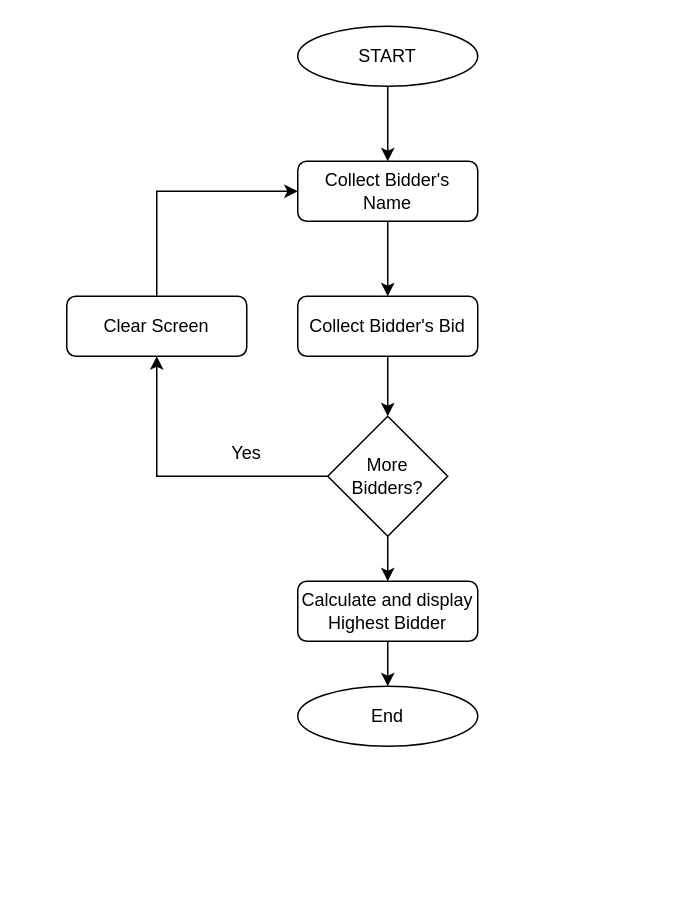
Earlier version of the draw.io diagram blind_auction.drawio (hexxondiv/python). Source tidied: cells renumbered, new cells numbered last; positions are measured from the earlier drawing's top-left corner, leaving out a move shared by most shapes. Both pictures are drawn from the tidied source at 150%, with x=0, y=0 at pixel (66, 26).
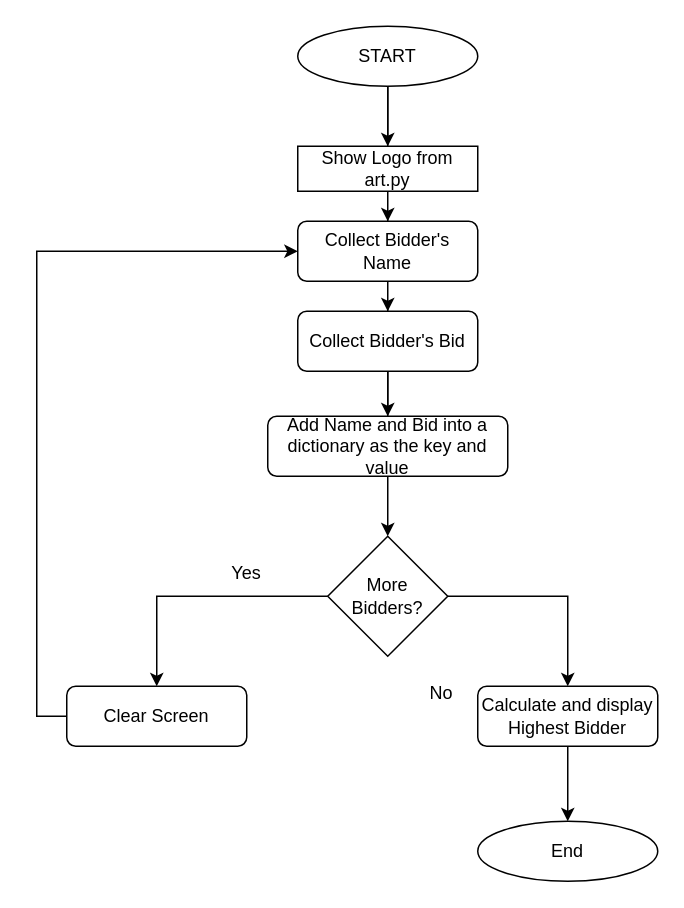
The same page after the edit.

Unchanged cells that the change refers to:
```xml
<mxCell id="5" value="START" style="ellipse;whiteSpace=wrap;html=1;" parent="1" vertex="1">
  <mxGeometry x="154" width="120" height="40" as="geometry" />
</mxCell>
```

Change to the diagram source:
```diff
@@
     <mxCell id="3" value="Collect Bidder's Name" style="rounded=1;whiteSpace=wrap;html=1;" parent="1" vertex="1">
-      <mxGeometry x="154" y="90" width="120" height="40" as="geometry" />
+      <mxGeometry x="154" y="130" width="120" height="40" as="geometry" />
     </mxCell>
-    <mxCell id="4" style="edgeStyle=orthogonalEdgeStyle;rounded=0;jettySize=auto;html=1;" parent="1" edge="1" source="5" target="3">
+    <mxCell id="4" style="edgeStyle=orthogonalEdgeStyle;rounded=0;jettySize=auto;html=1;startArrow=none;" parent="1" edge="1" source="20" target="3">
       <mxGeometry relative="1" as="geometry" />
     </mxCell>
+    <mxCell id="17" style="edgeStyle=orthogonalEdgeStyle;rounded=0;jettySize=auto;html=1;" parent="1" edge="1" source="5" target="20">
+      <mxGeometry relative="1" as="geometry" />
+    </mxCell>
@@
-    <mxCell id="6" style="edgeStyle=orthogonalEdgeStyle;rounded=0;jettySize=auto;html=1;" parent="1" edge="1" source="7" target="10">
+    <mxCell id="6" style="edgeStyle=orthogonalEdgeStyle;rounded=0;jettySize=auto;html=1;startArrow=none;" parent="1" edge="1" source="22" target="10">
       <mxGeometry relative="1" as="geometry" />
     </mxCell>
+    <mxCell id="18" style="edgeStyle=orthogonalEdgeStyle;rounded=0;jettySize=auto;html=1;" parent="1" edge="1" source="7" target="22">
+      <mxGeometry relative="1" as="geometry" />
+    </mxCell>
     <mxCell id="7" value="Collect Bidder's Bid" style="rounded=1;whiteSpace=wrap;html=1;" parent="1" vertex="1">
-      <mxGeometry x="154" y="180" width="120" height="40" as="geometry" />
+      <mxGeometry x="154" y="190" width="120" height="40" as="geometry" />
     </mxCell>
-    <mxCell id="8" style="edgeStyle=orthogonalEdgeStyle;rounded=0;jettySize=auto;html=1;" parent="1" edge="1" source="10" target="12">
+    <mxCell id="8" style="edgeStyle=orthogonalEdgeStyle;rounded=0;jettySize=auto;html=1;entryX=0.5;entryY=0;entryDx=0;entryDy=0;" parent="1" edge="1" source="10" target="12">
       <mxGeometry relative="1" as="geometry" />
     </mxCell>
-    <mxCell id="9" style="edgeStyle=orthogonalEdgeStyle;rounded=0;jettySize=auto;html=1;" parent="1" edge="1" source="10" target="15">
+    <mxCell id="9" style="edgeStyle=orthogonalEdgeStyle;rounded=0;jettySize=auto;html=1;exitX=1;exitY=0.5;exitDx=0;exitDy=0;" parent="1" edge="1" source="10" target="15">
       <mxGeometry relative="1" as="geometry" />
     </mxCell>
     <mxCell id="10" value="More Bidders?" style="rhombus;whiteSpace=wrap;html=1;" parent="1" vertex="1">
-      <mxGeometry x="174" y="260" width="80" height="80" as="geometry" />
+      <mxGeometry x="174" y="340" width="80" height="80" as="geometry" />
     </mxCell>
-    <mxCell id="11" style="edgeStyle=orthogonalEdgeStyle;rounded=0;jettySize=auto;html=1;entryX=0;entryY=0.5;entryDx=0;entryDy=0;exitX=0.5;exitY=0;exitDx=0;exitDy=0;" parent="1" edge="1" source="12" target="3">
+    <mxCell id="11" style="edgeStyle=orthogonalEdgeStyle;rounded=0;jettySize=auto;html=1;entryX=0;entryY=0.5;entryDx=0;entryDy=0;exitX=0;exitY=0.5;exitDx=0;exitDy=0;" parent="1" edge="1" source="12" target="3">
       <mxGeometry relative="1" as="geometry" />
     </mxCell>
     <mxCell id="12" value="Clear Screen" style="rounded=1;whiteSpace=wrap;html=1;" parent="1" vertex="1">
-      <mxGeometry y="180" width="120" height="40" as="geometry" />
+      <mxGeometry y="440" width="120" height="40" as="geometry" />
     </mxCell>
     <mxCell id="13" value="Yes" style="text;html=1;strokeColor=none;fillColor=none;align=center;verticalAlign=middle;whiteSpace=wrap;rounded=0;" parent="1" vertex="1">
-      <mxGeometry x="90" y="270" width="60" height="30" as="geometry" />
+      <mxGeometry x="90" y="350" width="60" height="30" as="geometry" />
     </mxCell>
@@
     <mxCell id="15" value="Calculate and display Highest Bidder" style="rounded=1;whiteSpace=wrap;html=1;" parent="1" vertex="1">
-      <mxGeometry x="154" y="370" width="120" height="40" as="geometry" />
+      <mxGeometry x="274" y="440" width="120" height="40" as="geometry" />
     </mxCell>
     <mxCell id="16" value="End" style="ellipse;whiteSpace=wrap;html=1;" parent="1" vertex="1">
-      <mxGeometry x="154" y="440" width="120" height="40" as="geometry" />
+      <mxGeometry x="274" y="530" width="120" height="40" as="geometry" />
     </mxCell>
+    <mxCell id="19" value="No" style="text;html=1;strokeColor=none;fillColor=none;align=center;verticalAlign=middle;whiteSpace=wrap;rounded=0;" parent="1" vertex="1">
+      <mxGeometry x="220" y="430" width="60" height="30" as="geometry" />
+    </mxCell>
+    <mxCell id="20" value="Show Logo from art.py" style="whiteSpace=wrap;html=1;" parent="1" vertex="1">
+      <mxGeometry x="154" y="80" width="120" height="30" as="geometry" />
+    </mxCell>
+    <mxCell id="21" style="edgeStyle=orthogonalEdgeStyle;rounded=0;jettySize=auto;html=1;endArrow=none;" parent="1" edge="1" source="5" target="20">
+      <mxGeometry relative="1" as="geometry" />
+    </mxCell>
+    <mxCell id="22" value="Add Name and Bid into a dictionary as the key and value" style="rounded=1;whiteSpace=wrap;html=1;" parent="1" vertex="1">
+      <mxGeometry x="134" y="260" width="160" height="40" as="geometry" />
+    </mxCell>
+    <mxCell id="23" style="edgeStyle=orthogonalEdgeStyle;rounded=0;jettySize=auto;html=1;endArrow=none;" parent="1" edge="1" source="7" target="22">
+      <mxGeometry relative="1" as="geometry" />
+    </mxCell>
```
